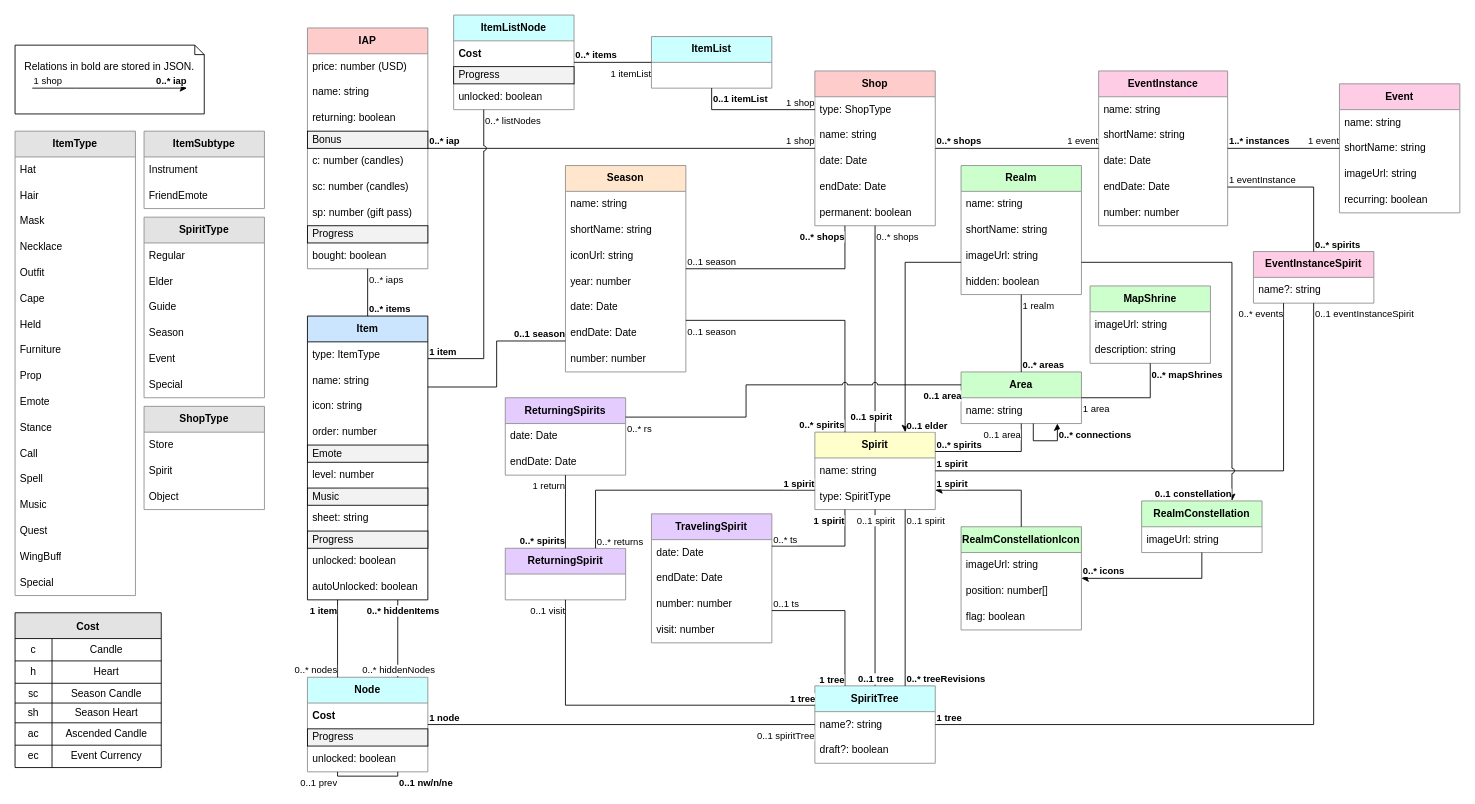
This is diagrams/SkyPlannerData.drawio from Silverfeelin/SkyGame-Planner, a draw.io file, before an edit. Source tidied: cells renumbered, new cells numbered last; positions are measured from the earlier drawing's top-left corner, leaving out a move shared by most shapes. Both pictures are drawn from the tidied source at 86%, with x=0, y=0 at pixel (15, 15).
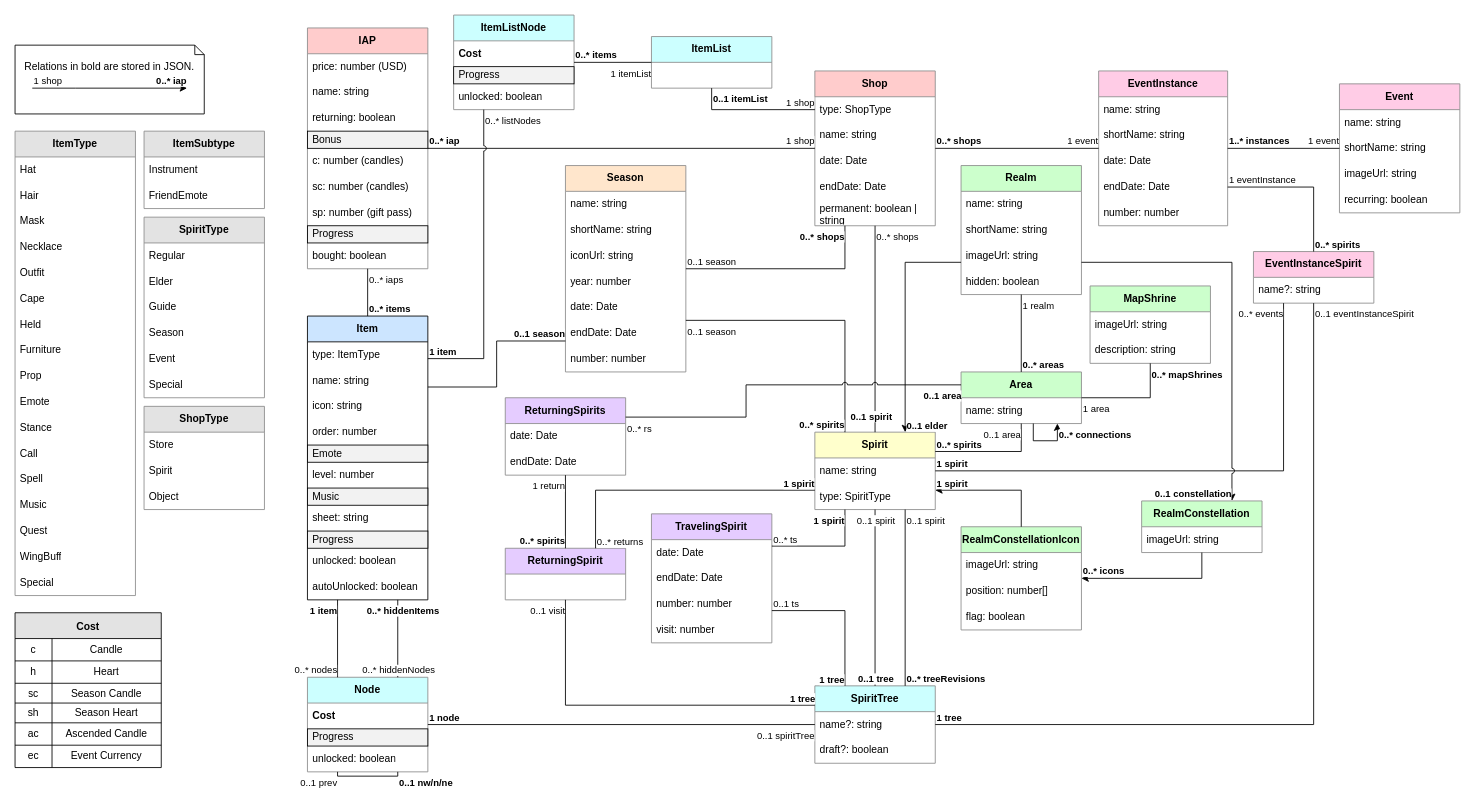
The same page after the edit.

Unchanged cells that the change refers to:
```xml
<mxCell id="70" value="Shop" style="swimlane;fontStyle=1;horizontal=1;startSize=30;whiteSpace=wrap;html=1;fillStyle=auto;strokeColor=#8C8C8C;fillColor=#FFCCCC;" parent="1" vertex="1">
  <mxGeometry x="930" y="65" width="140" height="180" as="geometry" />
</mxCell>
```

Diff of the diagram source:
```diff
@@
-    <mxCell id="75" value="permanent: boolean" style="text;strokeColor=none;fillColor=none;align=left;verticalAlign=middle;spacingLeft=4;spacingRight=4;overflow=hidden;whiteSpace=wrap;html=1;fillStyle=auto;" parent="70" vertex="1">
+    <mxCell id="75" value="permanent: boolean | string" style="text;strokeColor=none;fillColor=none;align=left;verticalAlign=middle;spacingLeft=4;spacingRight=4;overflow=hidden;whiteSpace=wrap;html=1;fillStyle=auto;" parent="70" vertex="1">
       <mxGeometry y="150" width="140" height="30" as="geometry" />
     </mxCell>
```
